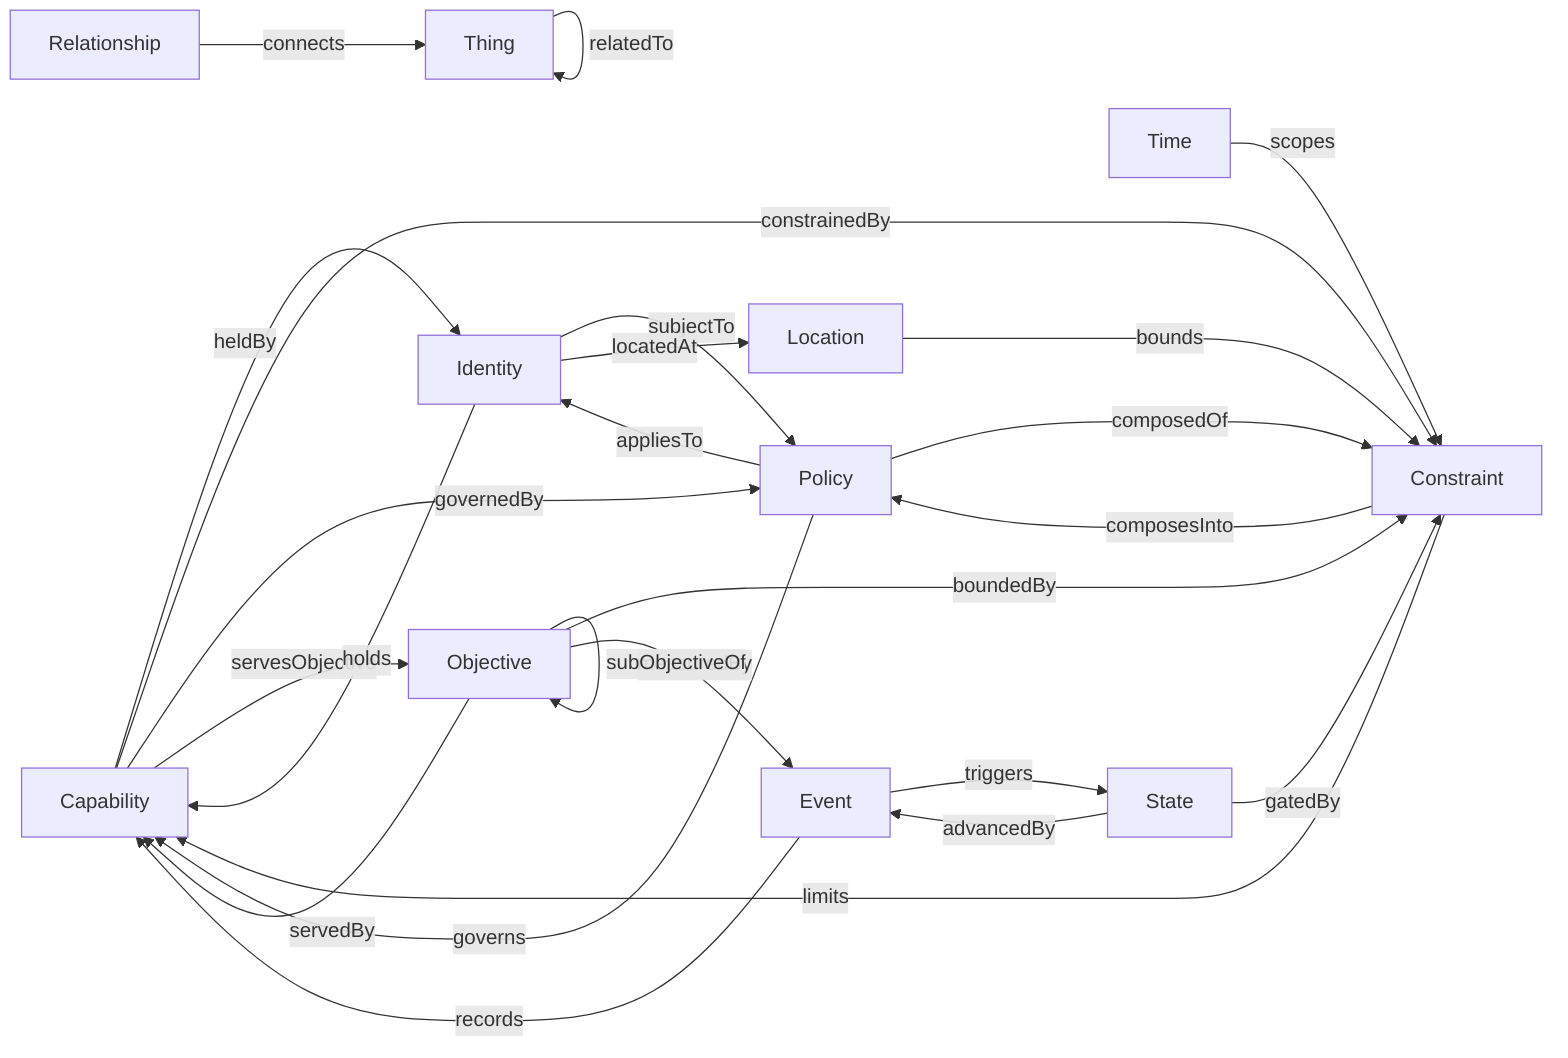
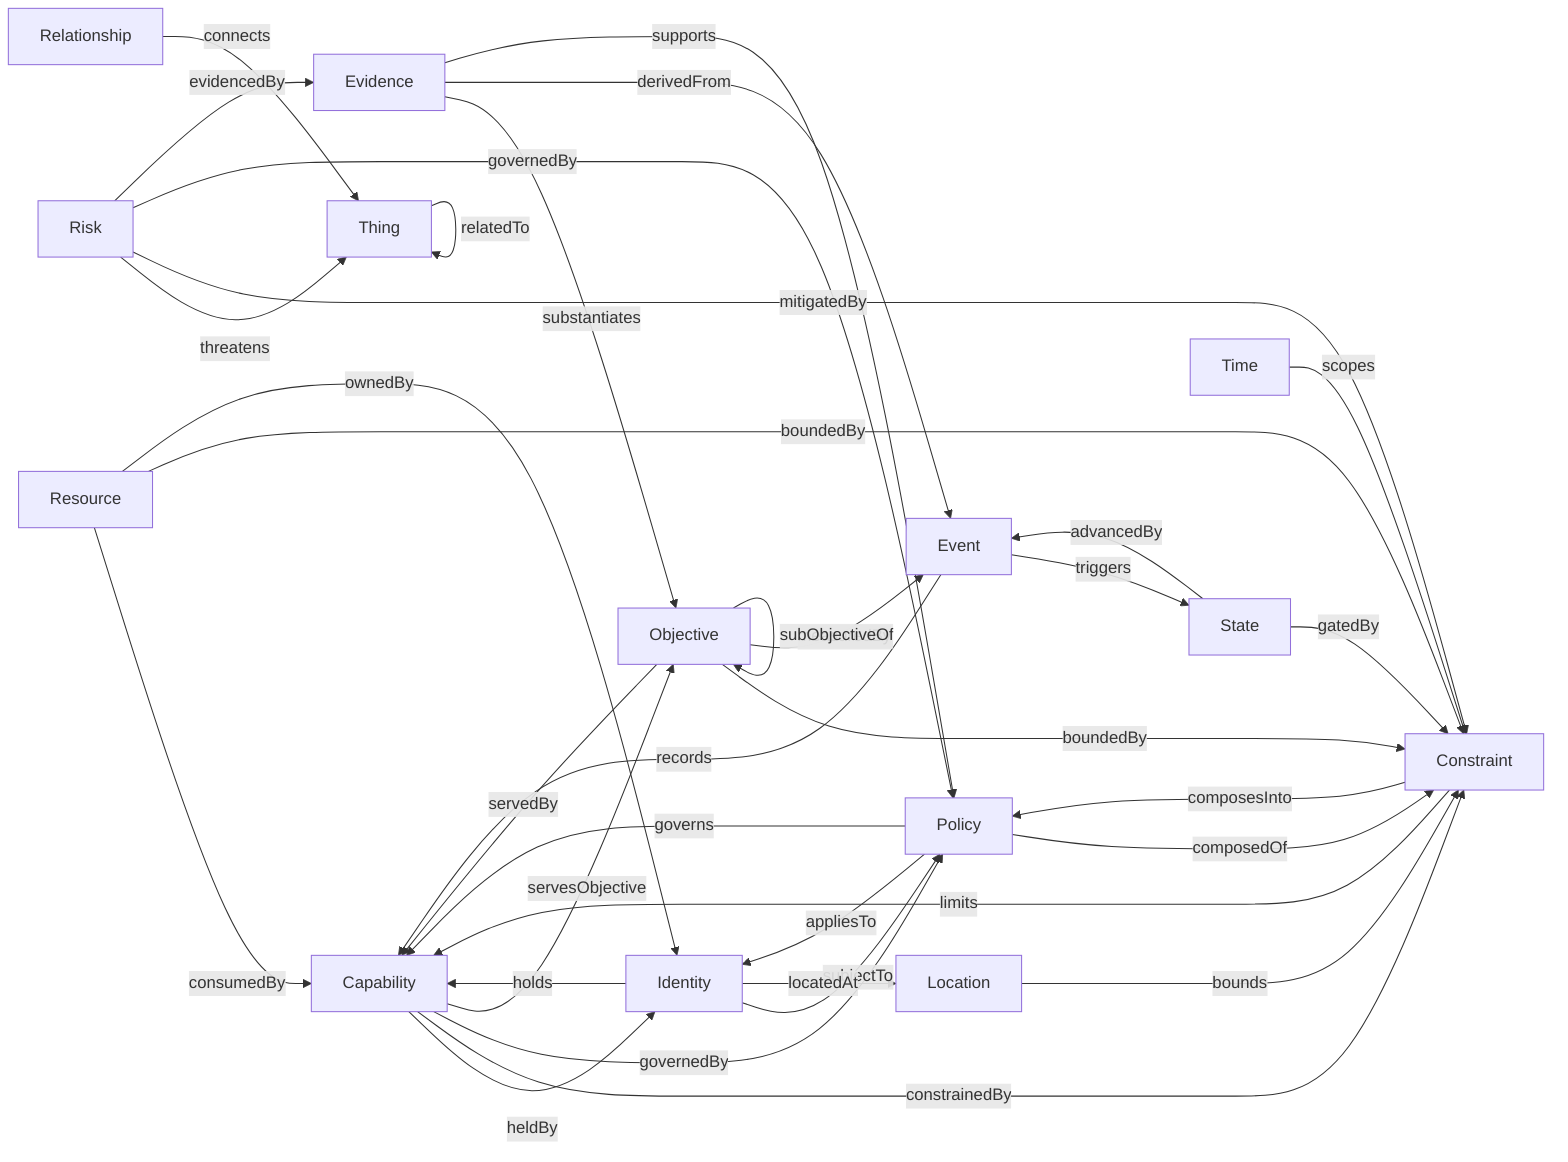
graph LR
  Capability -->|heldBy| Identity
  Capability -->|constrainedBy| Constraint
  Capability -->|governedBy| Policy
  Capability -->|servesObjective| Objective
  Constraint -->|composesInto| Policy
  Constraint -->|limits| Capability
  Event -->|records| Capability
  Event -->|triggers| State
+   Evidence -->|substantiates| Objective
+   Evidence -->|derivedFrom| Event
+   Evidence -->|supports| Policy
  Identity -->|holds| Capability
  Identity -->|subjectTo| Policy
  Identity -->|locatedAt| Location
  Location -->|bounds| Constraint
  Objective -->|servedBy| Capability
  Objective -->|boundedBy| Constraint
  Objective -->|measuredBy| Event
  Objective -->|subObjectiveOf| Objective
  Policy -->|composedOf| Constraint
  Policy -->|governs| Capability
  Policy -->|appliesTo| Identity
  Relationship -->|connects| Thing
+   Resource -->|consumedBy| Capability
+   Resource -->|boundedBy| Constraint
+   Resource -->|ownedBy| Identity
+   Risk -->|threatens| Thing
+   Risk -->|mitigatedBy| Constraint
+   Risk -->|governedBy| Policy
+   Risk -->|evidencedBy| Evidence
  State -->|advancedBy| Event
  State -->|gatedBy| Constraint
  Thing -->|relatedTo| Thing
  Time -->|scopes| Constraint
